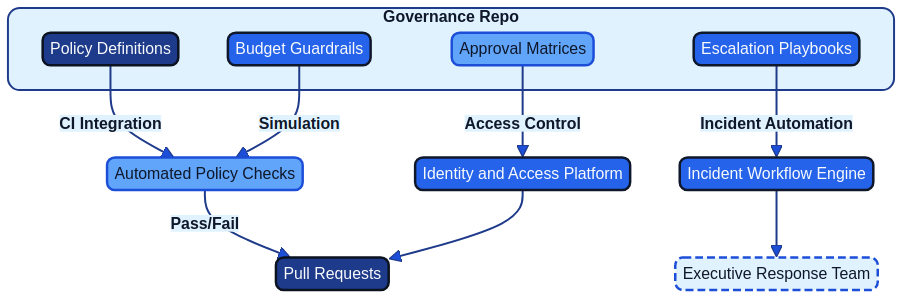
The Mermaid diagram docs/images/diagram_19_governance_pipeline.png in Geonitab/architecture_as_code, before a commit. Its source is kept beside it as docs/images/diagram_19_governance_pipeline.mmd. Its diagram source:
```mermaid
graph TD
    subgraph Governance Repo
        Policy[Policy Definitions]:::kv-primary
        Guardrails[Budget Guardrails]:::kv-accent
        Playbooks[Escalation Playbooks]:::kv-accent
        Roles[Approval Matrices]:::kv-highlight
    end

    Policy -->|CI Integration| Checks[Automated Policy Checks]:::kv-highlight
    Guardrails -->|Simulation| Checks
    Playbooks -->|Incident Automation| Workflow[Incident Workflow Engine]:::kv-accent
    Roles -->|Access Control| IAM[Identity and Access Platform]:::kv-accent

    Checks -->|Pass/Fail| PR[Pull Requests]:::kv-primary
    Workflow --> Response[Executive Response Team]:::kv-muted
    IAM --> PR
```
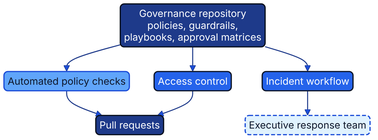
Later version of the same file.

Diff of the diagram source:
```diff
@@ -1,16 +1,14 @@
 graph TD
-    subgraph Governance Repo
-        Policy[Policy Definitions]:::kv-primary
-        Guardrails[Budget Guardrails]:::kv-accent
-        Playbooks[Escalation Playbooks]:::kv-accent
-        Roles[Approval Matrices]:::kv-highlight
-    end
+    Repo["Governance repository<br/>policies, guardrails,<br/>playbooks, approval matrices"]:::kv-primary
+    Checks[Automated policy checks]:::kv-highlight
+    Workflow[Incident workflow]:::kv-accent
+    IAM[Access control]:::kv-accent
+    PR[Pull requests]:::kv-primary
+    Response[Executive response team]:::kv-muted
 
-    Policy -->|CI Integration| Checks[Automated Policy Checks]:::kv-highlight
-    Guardrails -->|Simulation| Checks
-    Playbooks -->|Incident Automation| Workflow[Incident Workflow Engine]:::kv-accent
-    Roles -->|Access Control| IAM[Identity and Access Platform]:::kv-accent
-
-    Checks -->|Pass/Fail| PR[Pull Requests]:::kv-primary
-    Workflow --> Response[Executive Response Team]:::kv-muted
+    Repo --> Checks
+    Repo --> Workflow
+    Repo --> IAM
+    Checks --> PR
     IAM --> PR
+    Workflow --> Response
```
